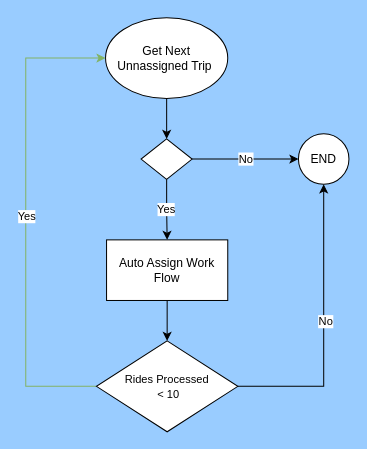
albertord-alivi/ngrx-full keeps this draw.io diagram as Untitled Diagram.drawio. Above is the earlier version. Source tidied: cells renumbered, new cells numbered last; positions are measured from the earlier drawing's top-left corner, leaving out a move shared by most shapes. Both pictures are drawn from the tidied source at 101%, with x=0, y=0 at pixel (25, 17).
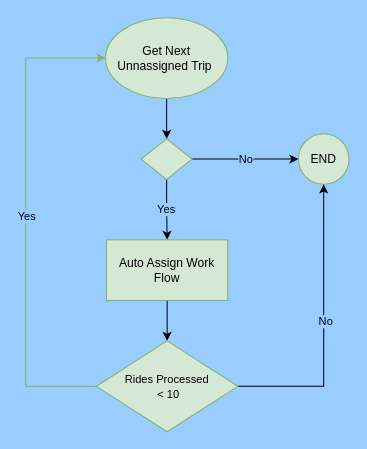
The same page after the edit.

The edit, as a diff of the source:
```diff
@@
 <mxGraphModel background="#99CCFF">
   <root>
     <mxCell id="0" />
     <mxCell id="1" parent="0" />
-    <mxCell id="2" value="No" style="edgeStyle=orthogonalEdgeStyle;rounded=0;jettySize=auto;html=1;entryX=0;entryY=0.5;entryDx=0;entryDy=0;exitX=1;exitY=0.5;exitDx=0;exitDy=0;" parent="1" edge="1" source="7" target="5">
+    <mxCell id="2" value="No" style="edgeStyle=orthogonalEdgeStyle;rounded=0;jettySize=auto;html=1;entryX=0;entryY=0.5;entryDx=0;entryDy=0;exitX=1;exitY=0.5;exitDx=0;exitDy=0;labelBackgroundColor=#99CCFF;" parent="1" edge="1" source="7" target="5">
       <mxGeometry relative="1" as="geometry" />
     </mxCell>
     <mxCell id="3" style="edgeStyle=orthogonalEdgeStyle;rounded=0;jettySize=auto;html=1;" parent="1" edge="1" source="4" target="7">
       <mxGeometry relative="1" as="geometry" />
     </mxCell>
-    <mxCell id="4" value="Get Next Unnassigned Trip&amp;nbsp;" style="ellipse;whiteSpace=wrap;html=1;" parent="1" vertex="1">
+    <mxCell id="4" value="Get Next Unnassigned Trip&amp;nbsp;" style="ellipse;whiteSpace=wrap;html=1;fillColor=#d5e8d4;strokeColor=#82b366;" parent="1" vertex="1">
       <mxGeometry x="79" width="121" height="80" as="geometry" />
     </mxCell>
-    <mxCell id="5" value="END" style="ellipse;whiteSpace=wrap;html=1;" parent="1" vertex="1">
+    <mxCell id="5" value="END" style="ellipse;whiteSpace=wrap;html=1;fillColor=#d5e8d4;strokeColor=#82b366;" parent="1" vertex="1">
       <mxGeometry x="270" y="115" width="50" height="50" as="geometry" />
     </mxCell>
-    <mxCell id="6" value="Yes" style="edgeStyle=orthogonalEdgeStyle;rounded=0;jettySize=auto;html=1;" parent="1" edge="1" source="7" target="11">
+    <mxCell id="6" value="Yes" style="edgeStyle=orthogonalEdgeStyle;rounded=0;jettySize=auto;html=1;labelBackgroundColor=#99CCFF;" parent="1" edge="1" source="7" target="11">
       <mxGeometry relative="1" as="geometry" />
     </mxCell>
-    <mxCell id="7" style="rhombus;whiteSpace=wrap;html=1;" parent="1" vertex="1">
+    <mxCell id="7" style="rhombus;whiteSpace=wrap;html=1;fillColor=#d5e8d4;strokeColor=#82b366;" parent="1" vertex="1">
       <mxGeometry x="114.2" y="120" width="50.5" height="40" as="geometry" />
     </mxCell>
     <mxCell id="8" style="edgeStyle=orthogonalEdgeStyle;rounded=0;jettySize=auto;html=1;entryX=0;entryY=0.5;entryDx=0;entryDy=0;exitX=0;exitY=0.5;exitDx=0;exitDy=0;fillColor=#d5e8d4;strokeColor=#82b366;" parent="1" edge="1" source="14" target="4">
       <mxGeometry relative="1" as="geometry">
         <Array as="points">
           <mxPoint y="365" />
           <mxPoint y="40" />
         </Array>
       </mxGeometry>
     </mxCell>
-    <mxCell id="9" value="Yes" style="edgeLabel;html=1;align=center;verticalAlign=middle;" parent="8" vertex="1">
+    <mxCell id="9" value="Yes" style="edgeLabel;html=1;align=center;verticalAlign=middle;labelBackgroundColor=#99CCFF;" parent="8" vertex="1">
       <mxGeometry x="0.11" relative="1" as="geometry">
         <mxPoint y="24" as="offset" />
       </mxGeometry>
     </mxCell>
     <mxCell id="10" style="edgeStyle=orthogonalEdgeStyle;rounded=0;jettySize=auto;html=1;" parent="1" edge="1" source="11" target="14">
       <mxGeometry relative="1" as="geometry" />
     </mxCell>
-    <mxCell id="11" value="Auto Assign Work Flow" style="whiteSpace=wrap;html=1;" parent="1" vertex="1">
+    <mxCell id="11" value="Auto Assign Work Flow" style="whiteSpace=wrap;html=1;fillColor=#d5e8d4;strokeColor=#82b366;" parent="1" vertex="1">
       <mxGeometry x="80" y="220" width="120" height="60" as="geometry" />
     </mxCell>
     <mxCell id="12" style="edgeStyle=orthogonalEdgeStyle;rounded=0;jettySize=auto;html=1;exitX=1;exitY=0.5;exitDx=0;exitDy=0;entryX=0.5;entryY=1;entryDx=0;entryDy=0;" parent="1" edge="1" source="14" target="5">
       <mxGeometry relative="1" as="geometry" />
     </mxCell>
-    <mxCell id="13" value="No" style="edgeLabel;html=1;align=center;verticalAlign=middle;" parent="12" vertex="1">
+    <mxCell id="13" value="No" style="edgeLabel;html=1;align=center;verticalAlign=middle;labelBackgroundColor=#99CCFF;" parent="12" vertex="1">
       <mxGeometry x="0.05" y="-1" relative="1" as="geometry" />
     </mxCell>
-    <mxCell id="14" value="&lt;span style=&quot;font-size: 11px; background-color: rgb(255, 255, 255);&quot;&gt;Rides P&lt;/span&gt;&lt;span style=&quot;font-size: 11px; background-color: rgb(255, 255, 255);&quot;&gt;rocessed&lt;/span&gt;&lt;span style=&quot;font-size: 11px; background-color: rgb(255, 255, 255);&quot;&gt;&lt;br&gt;&amp;nbsp;&amp;lt; 10&lt;/span&gt;" style="rhombus;whiteSpace=wrap;html=1;" parent="1" vertex="1">
+    <mxCell id="14" value="&lt;span style=&quot;&quot;&gt;&lt;span style=&quot;font-size: 11px;&quot;&gt;Rides P&lt;/span&gt;&lt;span style=&quot;font-size: 11px;&quot;&gt;rocessed&lt;/span&gt;&lt;span style=&quot;font-size: 11px;&quot;&gt;&lt;br&gt;&amp;nbsp;&amp;lt; 10&lt;/span&gt;&lt;/span&gt;" style="rhombus;whiteSpace=wrap;html=1;fillColor=#d5e8d4;strokeColor=#82b366;labelBackgroundColor=none;" parent="1" vertex="1">
       <mxGeometry x="70" y="320" width="140" height="90" as="geometry" />
     </mxCell>
   </root>
 </mxGraphModel>
```
